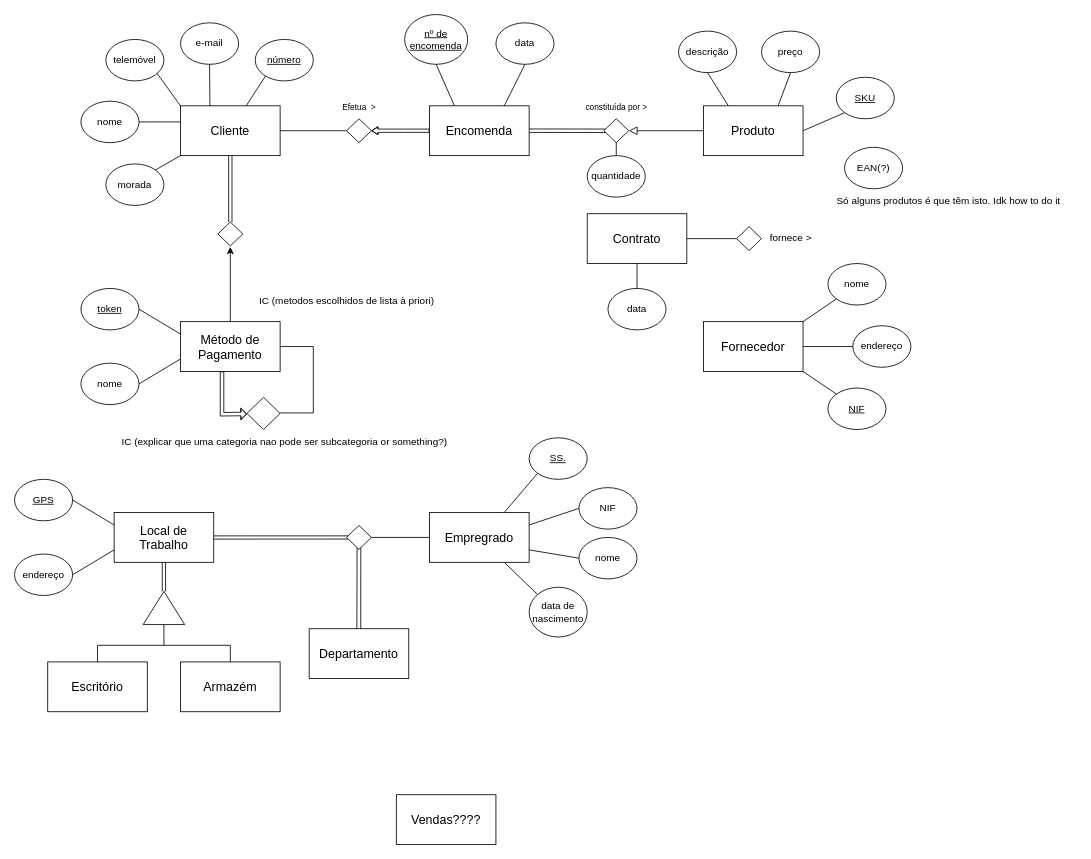
Before: Diagrama sem nome.drawio in GreenMemory16/BD-2022-2023, a draw.io diagram. Source tidied: cells renumbered, new cells numbered last; positions are measured from the earlier drawing's top-left corner, leaving out a move shared by most shapes. Both pictures are drawn from the tidied source at 83%, with x=0, y=0 at pixel (14, 14).
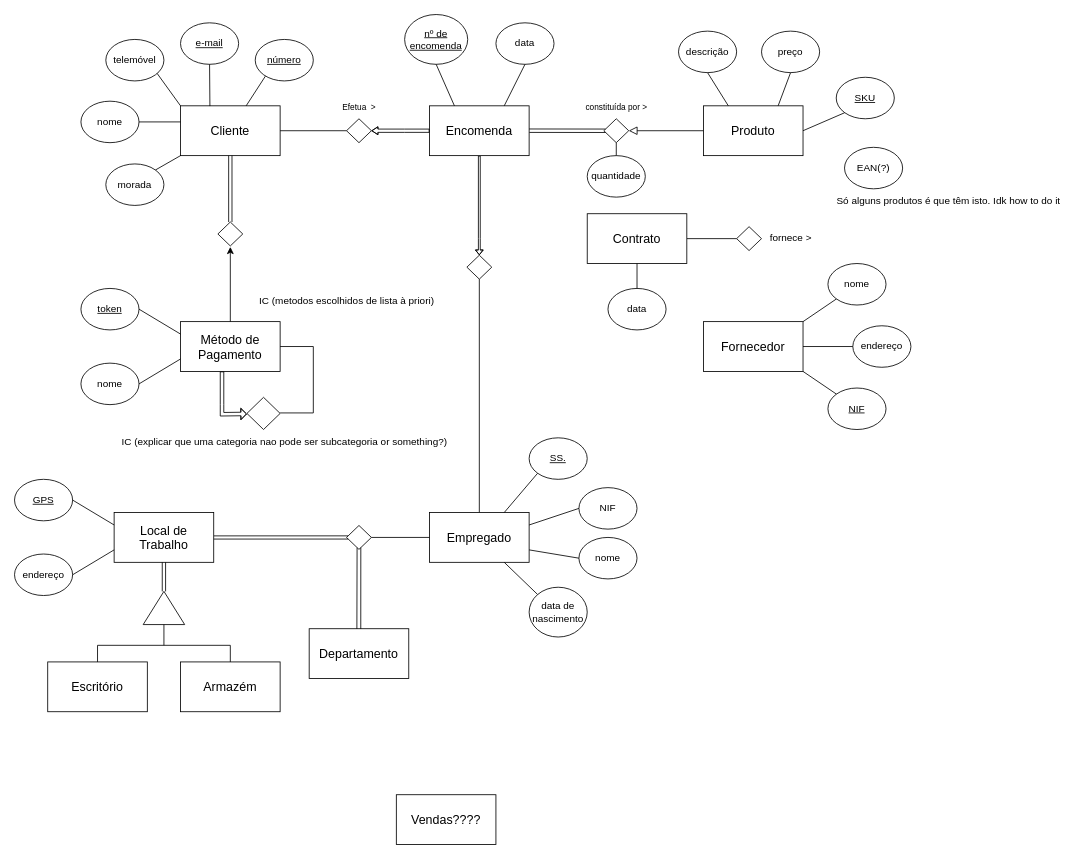
After the change.

Unchanged cells that the change refers to:
```xml
<mxCell id="4" value="&lt;font style=&quot;font-size: 15px;&quot;&gt;Encomenda&lt;/font&gt;" style="rounded=0;whiteSpace=wrap;html=1;" parent="1" vertex="1">
  <mxGeometry x="500" y="110" width="120" height="60" as="geometry" />
</mxCell>
```

Diff of the diagram source:
```diff
@@
+    <mxCell id="96" style="edgeStyle=orthogonalEdgeStyle;rounded=0;jettySize=auto;html=1;exitX=0.5;exitY=1;exitDx=0;exitDy=0;entryX=0.5;entryY=0;entryDx=0;entryDy=0;shape=flexArrow;strokeWidth=1;endSize=1.6122448979591837;endWidth=6.097459391920033;width=2.2448979591836733;" parent="1" edge="1" source="4" target="98">
+      <mxGeometry relative="1" as="geometry">
+        <Array as="points">
+          <mxPoint x="560" y="270" />
+          <mxPoint x="560" y="270" />
+        </Array>
+      </mxGeometry>
+    </mxCell>
@@
-    <mxCell id="8" value="e-mail" style="ellipse;whiteSpace=wrap;html=1;" parent="1" vertex="1">
+    <mxCell id="8" value="e-mail" style="ellipse;whiteSpace=wrap;html=1;fontStyle=4;" parent="1" vertex="1">
       <mxGeometry x="200" y="10" width="70" height="50" as="geometry" />
     </mxCell>
@@
+    <mxCell id="97" style="edgeStyle=orthogonalEdgeStyle;rounded=0;jettySize=auto;html=1;exitX=0.5;exitY=0;exitDx=0;exitDy=0;entryX=0.5;entryY=1;entryDx=0;entryDy=0;endArrow=none;endFill=0;" parent="1" edge="1" source="42" target="98">
+      <mxGeometry relative="1" as="geometry" />
+    </mxCell>
-    <mxCell id="42" value="&lt;font style=&quot;font-size: 15px;&quot;&gt;Empregrado&lt;/font&gt;" style="rounded=0;whiteSpace=wrap;html=1;" parent="1" vertex="1">
+    <mxCell id="42" value="&lt;font style=&quot;font-size: 15px;&quot;&gt;Empregado&lt;/font&gt;" style="rounded=0;whiteSpace=wrap;html=1;" parent="1" vertex="1">
       <mxGeometry x="500" y="600" width="120" height="60" as="geometry" />
     </mxCell>
@@
+    <mxCell id="98" style="rhombus;whiteSpace=wrap;html=1;" parent="1" vertex="1">
+      <mxGeometry x="545" y="290" width="30" height="28.8" as="geometry" />
+    </mxCell>
```
